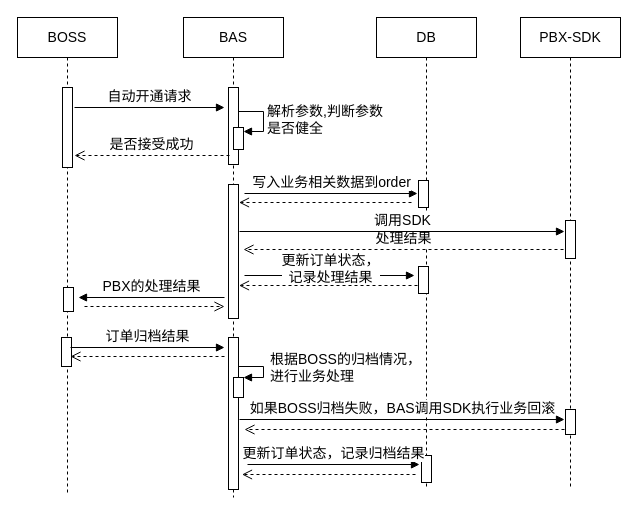
This is page "sequence-BOSS-#1" (2 of 7) of BAS/BAS-Henan.drawio from waterwatermelon/graph, a draw.io file, before an edit. Source tidied: cells renumbered, new cells numbered last; positions are measured from the earlier drawing's top-left corner, leaving out a move shared by most shapes. Both pictures are drawn from the tidied source at 100%, with x=0, y=0 at pixel (17, 17).
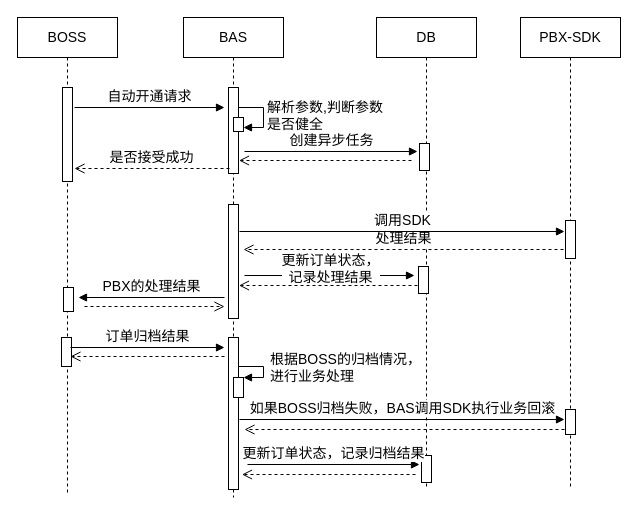
The same diagram, later.

Unchanged cells that the change refers to:
```xml
<mxCell id="2" value="BOSS" style="shape=umlLifeline;perimeter=lifelinePerimeter;whiteSpace=wrap;html=1;fontSize=14;" parent="1" vertex="1">
  <mxGeometry width="100" height="475" as="geometry" />
</mxCell>
<mxCell id="5" value="BAS" style="shape=umlLifeline;perimeter=lifelinePerimeter;whiteSpace=wrap;html=1;fontSize=14;" parent="1" vertex="1">
  <mxGeometry x="166" width="100" height="480" as="geometry" />
</mxCell>
<mxCell id="9" value="DB" style="shape=umlLifeline;perimeter=lifelinePerimeter;whiteSpace=wrap;html=1;fontSize=14;" parent="1" vertex="1">
  <mxGeometry x="359" width="100" height="470" as="geometry" />
</mxCell>
```

The edit, as a diff of the source:
```diff
@@
     <mxCell id="3" style="html=1;perimeter=orthogonalPerimeter;fontSize=14;" parent="2" vertex="1">
-      <mxGeometry x="45" y="70" width="10" height="80" as="geometry" />
+      <mxGeometry x="45" y="70" width="10" height="94" as="geometry" />
     </mxCell>
@@
     <mxCell id="6" style="html=1;perimeter=orthogonalPerimeter;fontSize=14;" parent="5" vertex="1">
-      <mxGeometry x="45" y="70" width="10" height="77" as="geometry" />
+      <mxGeometry x="45" y="70" width="10" height="86" as="geometry" />
     </mxCell>
@@
     <mxCell id="8" style="html=1;perimeter=orthogonalPerimeter;fontSize=14;" parent="5" vertex="1">
-      <mxGeometry x="45" y="167" width="10" height="134" as="geometry" />
+      <mxGeometry x="45" y="187" width="10" height="114" as="geometry" />
     </mxCell>
@@
+    <mxCell id="25" style="html=1;perimeter=orthogonalPerimeter;fontSize=14;" parent="9" vertex="1">
+      <mxGeometry x="43" y="126" width="10" height="27" as="geometry" />
+    </mxCell>
@@
     <mxCell id="14" value="是否接受成功" style="html=1;verticalAlign=bottom;endArrow=open;dashed=1;endSize=8;fontSize=14;" parent="1" edge="1">
       <mxGeometry relative="1" as="geometry">
-        <mxPoint x="212" y="138" as="sourcePoint" />
-        <mxPoint x="57" y="138" as="targetPoint" />
+        <mxPoint x="212" y="151" as="sourcePoint" />
+        <mxPoint x="57" y="151" as="targetPoint" />
       </mxGeometry>
     </mxCell>
     <mxCell id="15" style="html=1;perimeter=orthogonalPerimeter;fontSize=14;" parent="1" vertex="1">
-      <mxGeometry x="216" y="110" width="10" height="22" as="geometry" />
+      <mxGeometry x="216" y="100" width="10" height="14" as="geometry" />
     </mxCell>
     <mxCell id="16" value="解析参数,判断参数&lt;br&gt;是否健全" style="edgeStyle=orthogonalEdgeStyle;html=1;align=left;spacingLeft=2;endArrow=block;rounded=0;entryX=1;entryY=0;fontSize=14;" parent="1" edge="1">
       <mxGeometry relative="1" as="geometry">
-        <mxPoint x="221" y="94" as="sourcePoint" />
-        <mxPoint x="226" y="114" as="targetPoint" />
+        <mxPoint x="221" y="90" as="sourcePoint" />
+        <mxPoint x="226" y="110" as="targetPoint" />
         <Array as="points">
-          <mxPoint x="246" y="94" />
+          <mxPoint x="246" y="90" />
+          <mxPoint x="246" y="110" />
         </Array>
       </mxGeometry>
     </mxCell>
@@
-    <mxCell id="25" style="html=1;perimeter=orthogonalPerimeter;fontSize=14;" parent="1" vertex="1">
-      <mxGeometry x="401" y="163" width="10" height="27" as="geometry" />
-    </mxCell>
-    <mxCell id="26" value="写入业务相关数据到order" style="html=1;verticalAlign=bottom;endArrow=block;fontSize=14;" parent="1" edge="1">
+    <mxCell id="26" value="创建异步任务" style="html=1;verticalAlign=bottom;endArrow=block;fontSize=14;" parent="1" edge="1">
       <mxGeometry relative="1" as="geometry">
-        <mxPoint x="227" y="176" as="sourcePoint" />
-        <mxPoint x="400" y="176" as="targetPoint" />
+        <mxPoint x="227" y="134" as="sourcePoint" />
+        <mxPoint x="400" y="134" as="targetPoint" />
       </mxGeometry>
     </mxCell>
     <mxCell id="27" style="html=1;verticalAlign=bottom;endArrow=open;dashed=1;endSize=8;fontSize=14;" parent="1" edge="1">
       <mxGeometry relative="1" as="geometry">
-        <mxPoint x="394" y="185" as="sourcePoint" />
-        <mxPoint x="221.5" y="185" as="targetPoint" />
+        <mxPoint x="394" y="143" as="sourcePoint" />
+        <mxPoint x="221.5" y="143" as="targetPoint" />
       </mxGeometry>
     </mxCell>
```
